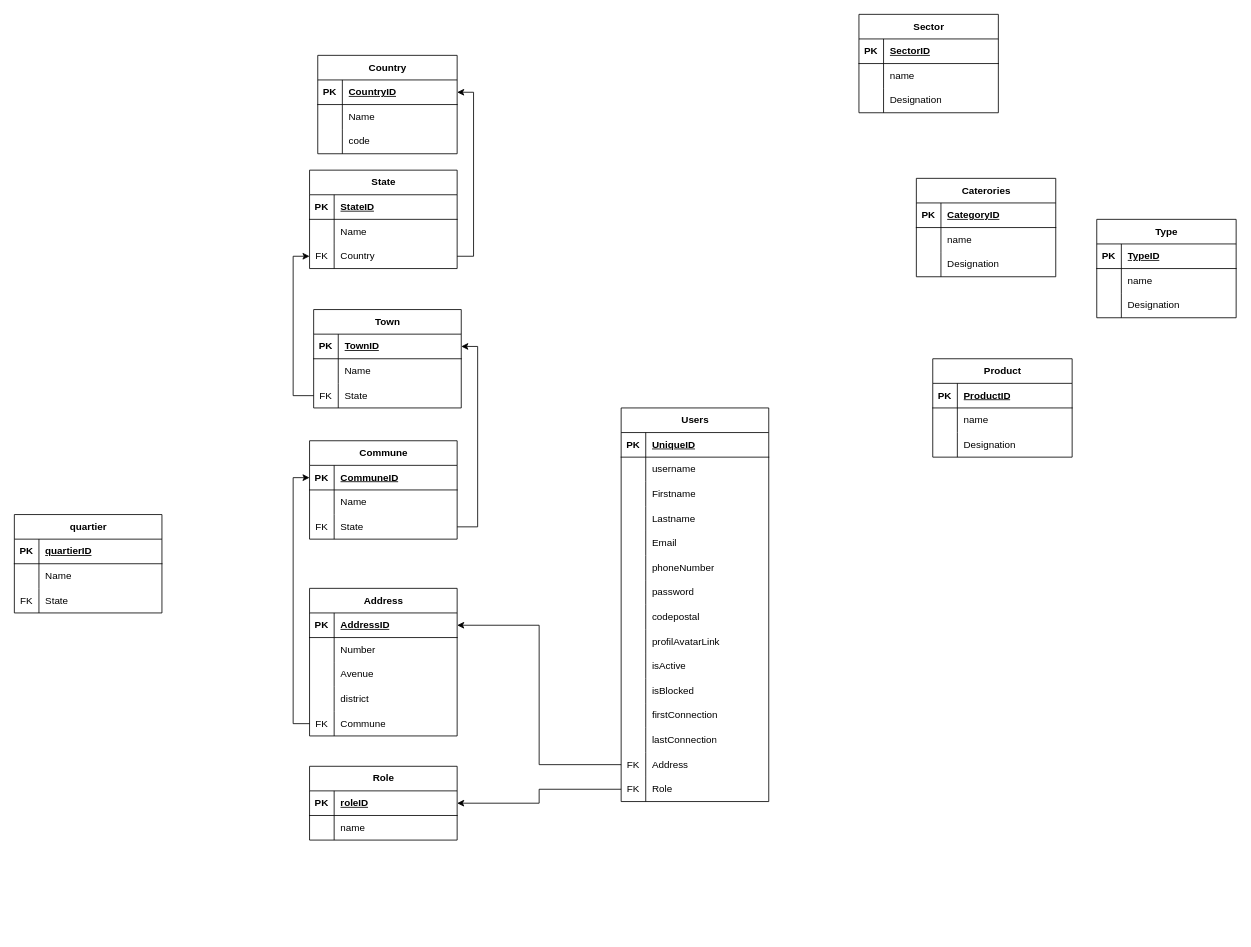
Above: Tekango.drawio in internalTekango/3.0.tekango.template (draw.io), before the change. Source tidied: cells renumbered, new cells numbered last; positions are measured from the earlier drawing's top-left corner, leaving out a move shared by most shapes. Both pictures are drawn from the tidied source at 82%, with x=0, y=0 at pixel (14, 14).
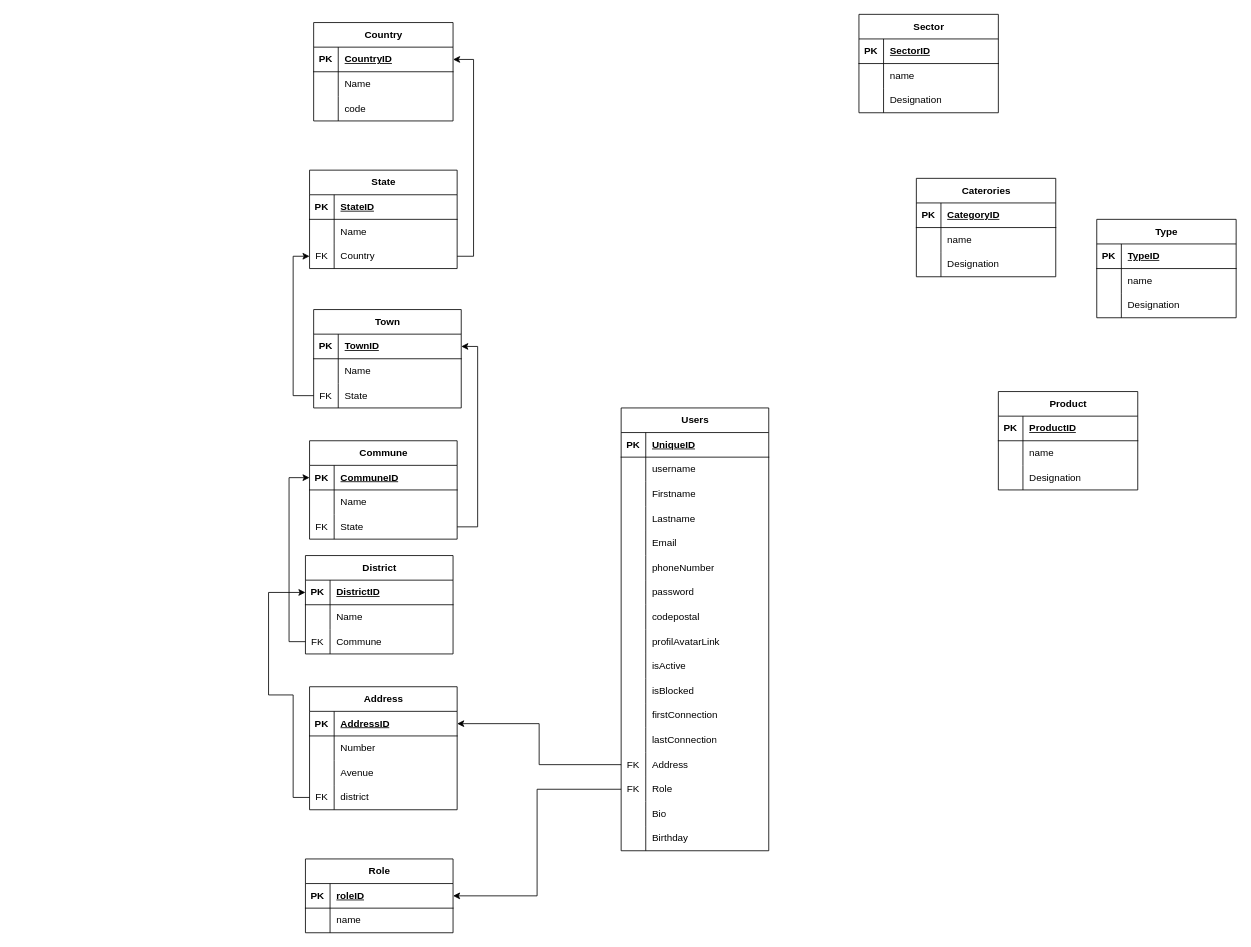
The same diagram, later.

Commit message:
Mettre à jour Tekango.drawio

The change refers to these unchanged cells:
```xml
<mxCell id="75" style="shape=tableRow;horizontal=0;startSize=0;swimlaneHead=0;swimlaneBody=0;fillColor=none;top=0;left=0;right=0;bottom=0;" parent="68" vertex="1">
  <mxGeometry y="90" width="170" height="30" as="geometry" />
</mxCell>
<mxCell id="81" style="shape=tableRow;horizontal=0;startSize=0;swimlaneHead=0;swimlaneBody=0;fillColor=none;points=[[0,0.5],[1,0.5]];portConstraint=eastwest;top=0;left=0;right=0;bottom=1;" parent="80" vertex="1">
  <mxGeometry y="30" width="180" height="30" as="geometry" />
</mxCell>
<mxCell id="101" style="shape=tableRow;horizontal=0;startSize=0;swimlaneHead=0;swimlaneBody=0;fillColor=none;points=[[0,0.5],[1,0.5]];portConstraint=eastwest;top=0;left=0;right=0;bottom=0;" parent="91" vertex="1">
  <mxGeometry y="120" width="180" height="30" as="geometry" />
</mxCell>
<mxCell id="158" style="shape=tableRow;horizontal=0;startSize=0;swimlaneHead=0;swimlaneBody=0;fillColor=none;points=[[0,0.5],[1,0.5]];portConstraint=eastwest;top=0;left=0;right=0;bottom=1;" parent="157" vertex="1">
  <mxGeometry y="30" width="180" height="30" as="geometry" />
</mxCell>
<mxCell id="164" style="shape=tableRow;horizontal=0;startSize=0;swimlaneHead=0;swimlaneBody=0;fillColor=none;points=[[0,0.5],[1,0.5]];portConstraint=eastwest;top=0;left=0;right=0;bottom=0;" parent="157" vertex="1">
  <mxGeometry y="90" width="180" height="30" as="geometry" />
</mxCell>
```

Change to the diagram source:
```diff
@@
     <mxCell id="2" value="Users" style="shape=table;startSize=30;childLayout=tableLayout;rowLines=0;fontStyle=1;align=center;html=1;" parent="1" vertex="1">
-      <mxGeometry x="740" y="480" width="180" height="480" as="geometry" />
+      <mxGeometry x="740" y="480" width="180" height="540" as="geometry" />
     </mxCell>
@@
+    <mxCell id="167" style="shape=tableRow;horizontal=0;startSize=0;swimlaneHead=0;swimlaneBody=0;fillColor=none;top=0;left=0;right=0;bottom=0;" parent="2" vertex="1">
+      <mxGeometry y="480" width="180" height="30" as="geometry" />
+    </mxCell>
+    <mxCell id="168" style="shape=partialRectangle;fillColor=none;top=0;left=0;bottom=0;right=0;overflow=hidden;whiteSpace=wrap;html=1;" parent="167" vertex="1">
+      <mxGeometry width="30" height="30" as="geometry" />
+    </mxCell>
+    <mxCell id="169" value="Bio" style="shape=partialRectangle;fillColor=none;top=0;left=0;bottom=0;right=0;align=left;spacingLeft=6;overflow=hidden;whiteSpace=wrap;html=1;" parent="167" vertex="1">
+      <mxGeometry x="30" width="150" height="30" as="geometry" />
+    </mxCell>
+    <mxCell id="170" style="shape=tableRow;horizontal=0;startSize=0;swimlaneHead=0;swimlaneBody=0;fillColor=none;top=0;left=0;right=0;bottom=0;" parent="2" vertex="1">
+      <mxGeometry y="510" width="180" height="30" as="geometry" />
+    </mxCell>
+    <mxCell id="171" style="shape=partialRectangle;fillColor=none;top=0;left=0;bottom=0;right=0;overflow=hidden;whiteSpace=wrap;html=1;" parent="170" vertex="1">
+      <mxGeometry width="30" height="30" as="geometry" />
+    </mxCell>
+    <mxCell id="172" value="Birthday" style="shape=partialRectangle;fillColor=none;top=0;left=0;bottom=0;right=0;align=left;spacingLeft=6;overflow=hidden;whiteSpace=wrap;html=1;" parent="170" vertex="1">
+      <mxGeometry x="30" width="150" height="30" as="geometry" />
+    </mxCell>
@@
     <mxCell id="68" value="Country" style="shape=table;startSize=30;childLayout=tableLayout;rowLines=0;fontStyle=1;align=center;html=1;" parent="1" vertex="1">
-      <mxGeometry x="370" y="50" width="170" height="120" as="geometry" />
+      <mxGeometry x="365" y="10" width="170" height="120" as="geometry" />
     </mxCell>
@@
-    <mxCell id="76" style="shape=partialRectangle;fillColor=none;top=0;left=0;bottom=0;right=0;overflow=hidden;whiteSpace=wrap;html=1;" parent="75" vertex="1">
-      <mxGeometry width="30" height="30" as="geometry" />
-    </mxCell>
+    <mxCell id="173" style="shape=partialRectangle;fillColor=none;top=0;left=0;bottom=0;right=0;overflow=hidden;whiteSpace=wrap;html=1;" parent="75" vertex="1">
+      <mxGeometry width="30" height="30" as="geometry" />
+    </mxCell>
@@
     <mxCell id="91" value="Address" style="shape=table;startSize=30;childLayout=tableLayout;rowLines=0;fontStyle=1;align=center;html=1;" parent="1" vertex="1">
-      <mxGeometry x="360" y="700" width="180" height="180" as="geometry" />
+      <mxGeometry x="360" y="820" width="180" height="150" as="geometry" />
     </mxCell>
@@
-    <mxCell id="102" style="shape=partialRectangle;fillColor=none;top=0;left=0;bottom=0;right=0;overflow=hidden;whiteSpace=wrap;html=1;" parent="101" vertex="1">
+    <mxCell id="102" value="FK" style="shape=partialRectangle;fillColor=none;top=0;left=0;bottom=0;right=0;overflow=hidden;whiteSpace=wrap;html=1;" parent="101" vertex="1">
       <mxGeometry width="30" height="30" as="geometry" />
     </mxCell>
@@
-    <mxCell id="104" style="shape=tableRow;horizontal=0;startSize=0;swimlaneHead=0;swimlaneBody=0;fillColor=none;points=[[0,0.5],[1,0.5]];portConstraint=eastwest;top=0;left=0;right=0;bottom=0;" parent="91" vertex="1">
-      <mxGeometry y="150" width="180" height="30" as="geometry" />
-    </mxCell>
-    <mxCell id="105" value="FK" style="shape=partialRectangle;fillColor=none;top=0;left=0;bottom=0;right=0;overflow=hidden;whiteSpace=wrap;html=1;" parent="104" vertex="1">
-      <mxGeometry width="30" height="30" as="geometry" />
-    </mxCell>
-    <mxCell id="106" value="Commune" style="shape=partialRectangle;fillColor=none;top=0;left=0;bottom=0;right=0;align=left;spacingLeft=6;overflow=hidden;whiteSpace=wrap;html=1;" parent="104" vertex="1">
-      <mxGeometry x="30" width="150" height="30" as="geometry" />
-    </mxCell>
-    <mxCell id="107" style="edgeStyle=orthogonalEdgeStyle;rounded=0;jettySize=auto;html=1;exitX=0;exitY=0.5;exitDx=0;exitDy=0;entryX=0;entryY=0.5;entryDx=0;entryDy=0;" parent="1" edge="1" source="104" target="81">
+    <mxCell id="107" style="edgeStyle=orthogonalEdgeStyle;rounded=0;jettySize=auto;html=1;entryX=0;entryY=0.5;entryDx=0;entryDy=0;exitX=0;exitY=0.5;exitDx=0;exitDy=0;" parent="1" edge="1" source="164" target="81">
       <mxGeometry relative="1" as="geometry" />
     </mxCell>
     <mxCell id="108" value="Role" style="shape=table;startSize=30;childLayout=tableLayout;rowLines=0;fontStyle=1;align=center;html=1;" parent="1" vertex="1">
-      <mxGeometry x="360" y="917" width="180" height="90" as="geometry" />
+      <mxGeometry x="355" y="1030" width="180" height="90" as="geometry" />
     </mxCell>
@@
     <mxCell id="147" value="Product" style="shape=table;startSize=30;childLayout=tableLayout;rowLines=0;fontStyle=1;align=center;html=1;" parent="1" vertex="1">
-      <mxGeometry x="1120" y="420" width="170" height="120" as="geometry" />
+      <mxGeometry x="1200" y="460" width="170" height="120" as="geometry" />
     </mxCell>
@@
-    <mxCell id="157" value="quartier" style="shape=table;startSize=30;childLayout=tableLayout;rowLines=0;fontStyle=1;align=center;html=1;" parent="1" vertex="1">
-      <mxGeometry y="610" width="180" height="120" as="geometry" />
+    <mxCell id="157" value="District" style="shape=table;startSize=30;childLayout=tableLayout;rowLines=0;fontStyle=1;align=center;html=1;" parent="1" vertex="1">
+      <mxGeometry x="355" y="660" width="180" height="120" as="geometry" />
     </mxCell>
@@
-    <mxCell id="160" value="quartierID" style="shape=partialRectangle;fillColor=none;top=0;left=0;bottom=0;right=0;align=left;spacingLeft=6;fontStyle=5;overflow=hidden;whiteSpace=wrap;html=1;" parent="158" vertex="1">
+    <mxCell id="160" value="DistrictID" style="shape=partialRectangle;fillColor=none;top=0;left=0;bottom=0;right=0;align=left;spacingLeft=6;fontStyle=5;overflow=hidden;whiteSpace=wrap;html=1;" parent="158" vertex="1">
       <mxGeometry x="30" width="150" height="30" as="geometry" />
     </mxCell>
@@
-    <mxCell id="166" value="State" style="shape=partialRectangle;fillColor=none;top=0;left=0;bottom=0;right=0;align=left;spacingLeft=6;overflow=hidden;whiteSpace=wrap;html=1;" parent="164" vertex="1">
+    <mxCell id="166" value="Commune" style="shape=partialRectangle;fillColor=none;top=0;left=0;bottom=0;right=0;align=left;spacingLeft=6;overflow=hidden;whiteSpace=wrap;html=1;" parent="164" vertex="1">
       <mxGeometry x="30" width="150" height="30" as="geometry" />
     </mxCell>
+    <mxCell id="174" style="edgeStyle=orthogonalEdgeStyle;rounded=0;jettySize=auto;html=1;exitX=0;exitY=0.5;exitDx=0;exitDy=0;entryX=0;entryY=0.5;entryDx=0;entryDy=0;" parent="1" edge="1" source="101" target="158">
+      <mxGeometry relative="1" as="geometry">
+        <Array as="points">
+          <mxPoint x="340" y="955" />
+          <mxPoint x="340" y="830" />
+          <mxPoint x="310" y="830" />
+          <mxPoint x="310" y="705" />
+        </Array>
+      </mxGeometry>
+    </mxCell>
```
